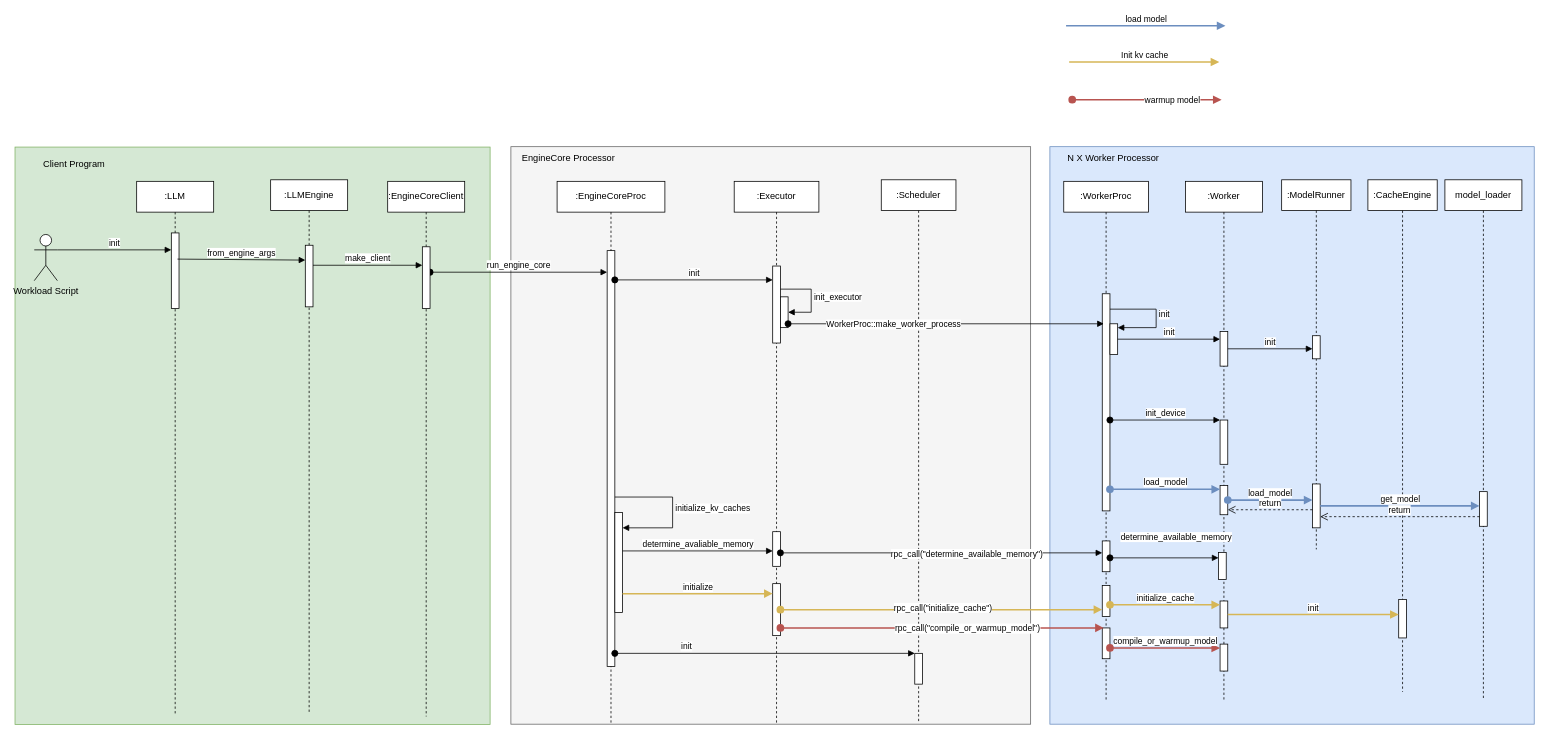
The draw.io diagram page "LLM.init" (2 of 9) of vllm/engine/vllm.drawio in chaojun-zhang/vllm, before the edit. Source tidied: cells renumbered, new cells numbered last; positions are measured from the earlier drawing's top-left corner, leaving out a move shared by most shapes. Both pictures are drawn from the tidied source at 77%, with x=0, y=0 at pixel (15, 25).
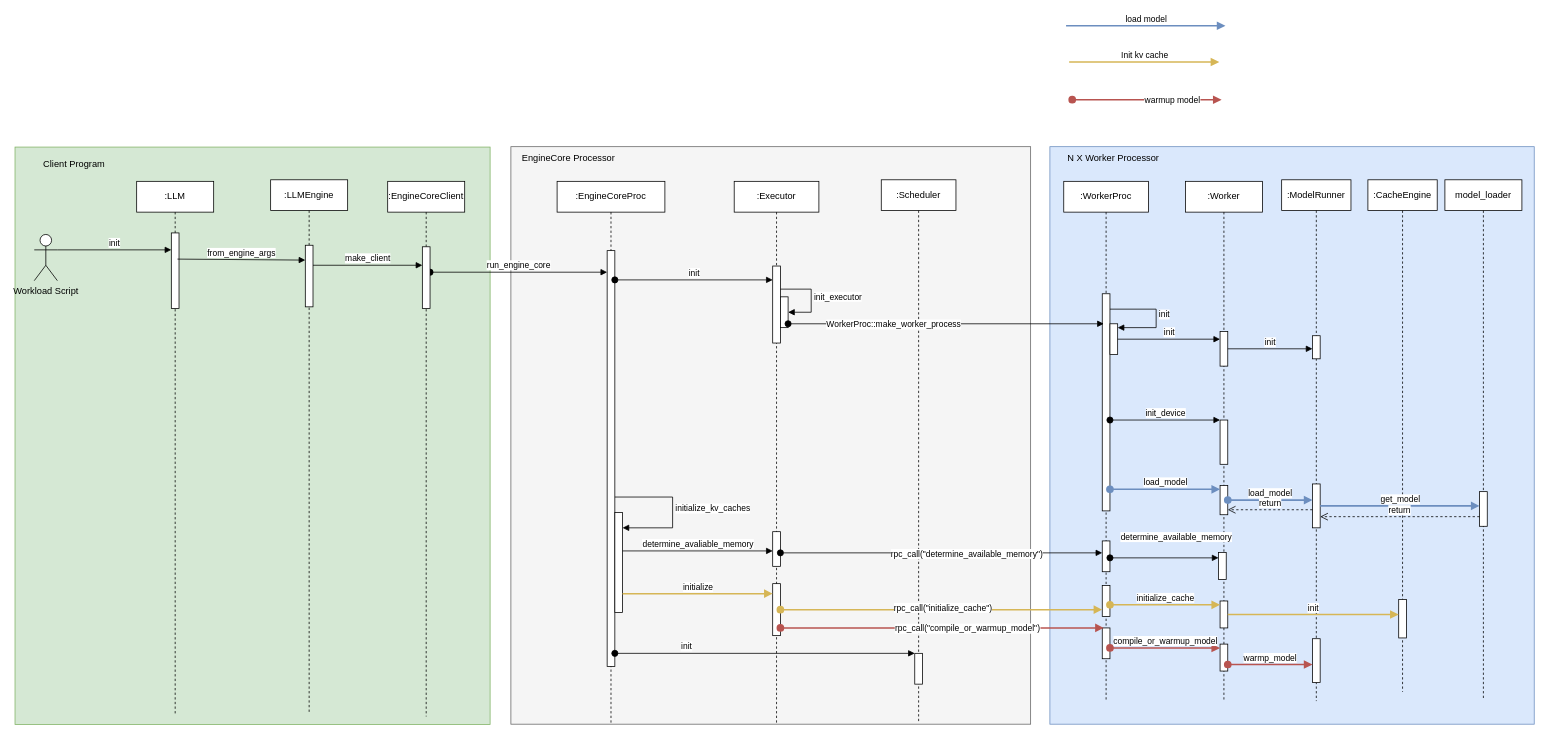
The same page after the edit.

Diff of the diagram source:
```diff
@@
     <mxCell id="38" value=":ModelRunner" style="shape=umlLifeline;perimeter=lifelinePerimeter;whiteSpace=wrap;html=1;newEdgeStyle={&quot;curved&quot;:0,&quot;rounded&quot;:0};" parent="1" vertex="1">
-      <mxGeometry x="1645" y="200" width="90" height="480" as="geometry" />
+      <mxGeometry x="1645" y="200" width="90" height="677" as="geometry" />
     </mxCell>
@@
+    <mxCell id="79" style="html=1;perimeter=orthogonalPerimeter;targetShapes=umlLifeline;newEdgeStyle={&quot;curved&quot;:0,&quot;rounded&quot;:0};" parent="38" vertex="1">
+      <mxGeometry x="40" y="596" width="10" height="57" as="geometry" />
+    </mxCell>
@@
+    <mxCell id="80" value="warmp_model" style="html=1;verticalAlign=bottom;startArrow=oval;endArrow=block;startSize=8;curved=0;rounded=0;strokeWidth=2;fillColor=#f8cecc;strokeColor=#b85450;" parent="1" edge="1">
+      <mxGeometry relative="1" as="geometry">
+        <mxPoint x="1575" y="829.5" as="sourcePoint" />
+        <mxPoint x="1685" y="829.5" as="targetPoint" />
+      </mxGeometry>
+    </mxCell>
```
